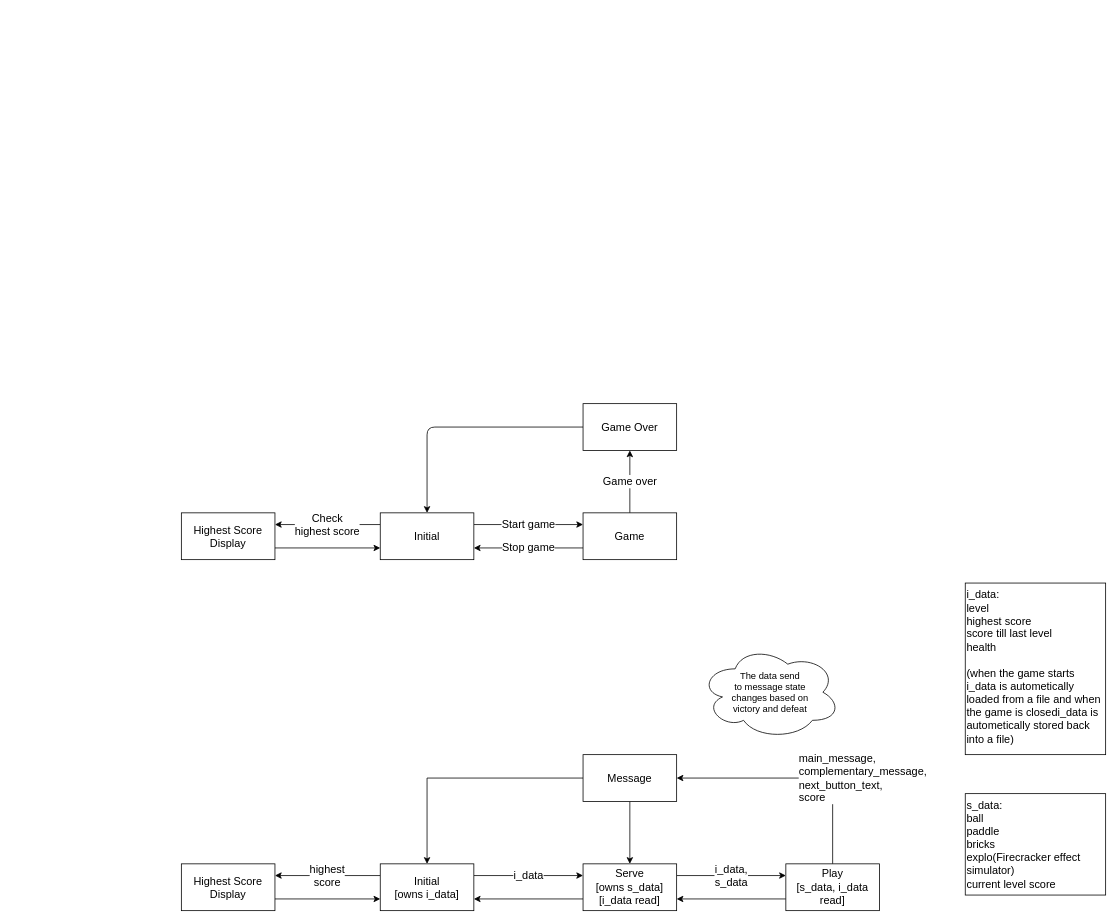
Earlier version of the draw.io diagram doc/statemachine.drawio (Tushar625/Asteroids). Source tidied: cells renumbered, new cells numbered last; positions are measured from the earlier drawing's top-left corner, leaving out a move shared by most shapes. Both pictures are drawn from the tidied source at 78%, with x=0, y=0 at pixel (181, 403).
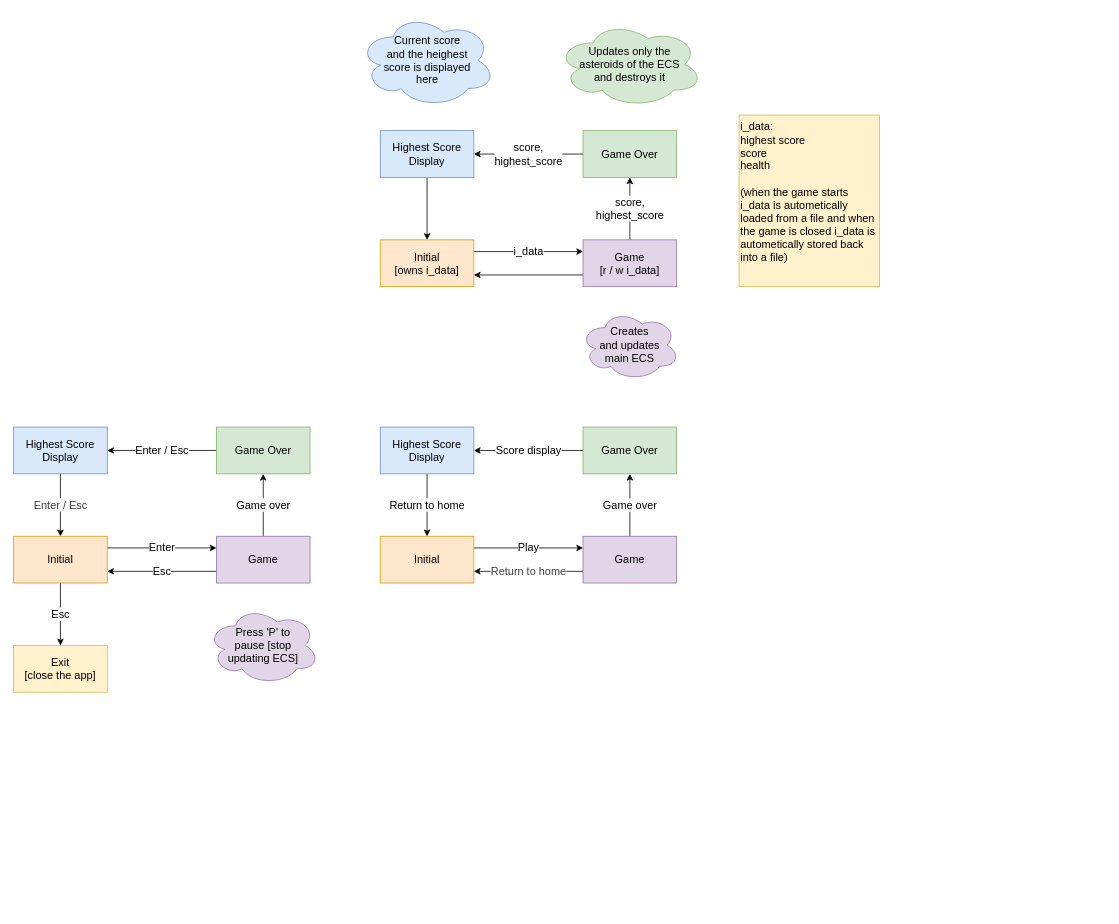
The same diagram, later.

Commit message (it also covers changes not shown here):
state machine diagram updated

Change to the diagram source:
```diff
@@
-<mxGraphModel>
+<mxGraphModel background="#ffffff">
@@
-    <mxCell id="2" value="Start game" style="edgeStyle=none;html=1;exitX=1;exitY=0.25;exitDx=0;exitDy=0;entryX=0;entryY=0.25;entryDx=0;entryDy=0;fontSize=14;rounded=0;" parent="1" edge="1" source="4" target="7">
+    <mxCell id="2" value="Play" style="edgeStyle=none;html=1;exitX=1;exitY=0.25;exitDx=0;exitDy=0;entryX=0;entryY=0.25;entryDx=0;entryDy=0;fontSize=14;rounded=0;" parent="1" edge="1" source="4" target="7">
       <mxGeometry relative="1" as="geometry" />
     </mxCell>
-    <mxCell id="3" value="Check&lt;br&gt;highest score" style="edgeStyle=none;html=1;exitX=0;exitY=0.25;exitDx=0;exitDy=0;entryX=1;entryY=0.25;entryDx=0;entryDy=0;fontSize=14;rounded=0;" parent="1" edge="1" source="4" target="11">
-      <mxGeometry relative="1" as="geometry" />
-    </mxCell>
-    <mxCell id="4" value="&lt;font style=&quot;font-size: 14px;&quot;&gt;Initial&lt;/font&gt;" style="whiteSpace=wrap;html=1;rounded=0;" parent="1" vertex="1">
-      <mxGeometry x="255" y="140" width="120" height="60" as="geometry" />
+    <mxCell id="4" value="&lt;font style=&quot;font-size: 14px;&quot;&gt;Initial&lt;/font&gt;" style="whiteSpace=wrap;html=1;rounded=0;fillColor=#ffe6cc;strokeColor=#d79b00;" parent="1" vertex="1">
+      <mxGeometry x="255" y="170" width="120" height="60" as="geometry" />
     </mxCell>
-    <mxCell id="5" value="Game over" style="edgeStyle=none;html=1;exitX=0.5;exitY=0;exitDx=0;exitDy=0;entryX=0.5;entryY=1;entryDx=0;entryDy=0;fontSize=14;rounded=0;" parent="1" edge="1" source="7" target="9">
+    <mxCell id="5" value="Game over" style="edgeStyle=none;html=1;exitX=0.5;exitY=0;exitDx=0;exitDy=0;fontSize=14;rounded=0;" parent="1" edge="1" source="7" target="9">
       <mxGeometry relative="1" as="geometry" />
     </mxCell>
-    <mxCell id="6" value="Stop game" style="edgeStyle=none;html=1;exitX=0;exitY=0.75;exitDx=0;exitDy=0;entryX=1;entryY=0.75;entryDx=0;entryDy=0;fontSize=14;rounded=0;" parent="1" edge="1" source="7" target="4">
+    <mxCell id="6" value="&lt;span style=&quot;color: rgb(63, 63, 63);&quot;&gt;Return to home&lt;/span&gt;" style="edgeStyle=none;html=1;exitX=0;exitY=0.75;exitDx=0;exitDy=0;entryX=1;entryY=0.75;entryDx=0;entryDy=0;fontSize=14;rounded=0;" parent="1" edge="1" source="7" target="4">
       <mxGeometry relative="1" as="geometry" />
     </mxCell>
-    <mxCell id="7" value="Game" style="whiteSpace=wrap;html=1;fontSize=14;rounded=0;" parent="1" vertex="1">
-      <mxGeometry x="515" y="140" width="120" height="60" as="geometry" />
+    <mxCell id="7" value="Game" style="whiteSpace=wrap;html=1;fontSize=14;rounded=0;fillColor=#e1d5e7;strokeColor=#9673a6;" parent="1" vertex="1">
+      <mxGeometry x="515" y="170" width="120" height="60" as="geometry" />
     </mxCell>
-    <mxCell id="8" style="edgeStyle=none;html=1;exitX=0;exitY=0.5;exitDx=0;exitDy=0;entryX=0.5;entryY=0;entryDx=0;entryDy=0;" parent="1" edge="1" source="9" target="4">
-      <mxGeometry relative="1" as="geometry">
-        <Array as="points">
-          <mxPoint x="315" y="30" />
-        </Array>
-      </mxGeometry>
-    </mxCell>
+    <mxCell id="29" value="&lt;font style=&quot;font-size: 14px;&quot;&gt;Score display&lt;/font&gt;" style="edgeStyle=none;html=1;exitX=0;exitY=0.5;exitDx=0;exitDy=0;entryX=1;entryY=0.5;entryDx=0;entryDy=0;" parent="1" edge="1" source="9" target="11">
+      <mxGeometry relative="1" as="geometry" />
+    </mxCell>
-    <mxCell id="9" value="Game Over" style="whiteSpace=wrap;html=1;fontSize=14;rounded=0;" parent="1" vertex="1">
-      <mxGeometry x="515" width="120" height="60" as="geometry" />
+    <mxCell id="9" value="Game Over" style="whiteSpace=wrap;html=1;fontSize=14;rounded=0;fillColor=#d5e8d4;strokeColor=#82b366;" parent="1" vertex="1">
+      <mxGeometry x="515" y="30" width="120" height="60" as="geometry" />
     </mxCell>
-    <mxCell id="10" style="edgeStyle=none;html=1;exitX=1;exitY=0.75;exitDx=0;exitDy=0;entryX=0;entryY=0.75;entryDx=0;entryDy=0;fontSize=14;rounded=0;" parent="1" edge="1" source="11" target="4">
+    <mxCell id="10" value="&lt;font style=&quot;font-size: 14px; background-color: light-dark(#ffffff, var(--ge-dark-color, #121212));&quot;&gt;Return to home&lt;/font&gt;" style="edgeStyle=none;html=1;exitX=0.5;exitY=1;exitDx=0;exitDy=0;entryX=0.5;entryY=0;entryDx=0;entryDy=0;" parent="1" edge="1" source="11" target="4">
       <mxGeometry relative="1" as="geometry" />
     </mxCell>
-    <mxCell id="11" value="Highest Score Display" style="whiteSpace=wrap;html=1;fontSize=14;rounded=0;" parent="1" vertex="1">
-      <mxGeometry y="140" width="120" height="60" as="geometry" />
+    <mxCell id="11" value="Highest Score Display" style="whiteSpace=wrap;html=1;fontSize=14;rounded=0;fillColor=#dae8fc;strokeColor=#6c8ebf;" parent="1" vertex="1">
+      <mxGeometry x="255" y="30" width="120" height="60" as="geometry" />
     </mxCell>
+    <mxCell id="26" value="i_data:&lt;br&gt;highest score&lt;br&gt;score&lt;br&gt;health&lt;br&gt;&lt;br&gt;(when the game starts i_data is autometically loaded from a file and when the game is closed i_data is autometically stored back into a file)" style="text;strokeColor=#d6b656;align=left;fillColor=#fff2cc;html=1;verticalAlign=top;whiteSpace=wrap;rounded=0;fontSize=14;" parent="1" vertex="1">
+      <mxGeometry x="715" y="-370" width="180" height="220" as="geometry" />
+    </mxCell>
+    <mxCell id="28" value="&lt;font style=&quot;font-size: 14px;&quot;&gt;Current score&lt;/font&gt;&lt;div&gt;&lt;span style=&quot;font-size: 14px; background-color: transparent;&quot;&gt;and the&amp;nbsp;&lt;/span&gt;&lt;span style=&quot;background-color: transparent; font-size: 14px;&quot;&gt;heighest&lt;/span&gt;&lt;/div&gt;&lt;div&gt;&lt;span style=&quot;background-color: transparent; font-size: 14px;&quot;&gt;score is&amp;nbsp;&lt;/span&gt;&lt;span style=&quot;background-color: transparent; font-size: 14px;&quot;&gt;displayed&lt;/span&gt;&lt;/div&gt;&lt;div&gt;&lt;span style=&quot;background-color: transparent; font-size: 14px;&quot;&gt;here&lt;/span&gt;&lt;/div&gt;" style="ellipse;shape=cloud;whiteSpace=wrap;html=1;align=center;strokeColor=#6c8ebf;fillColor=#dae8fc;" parent="1" vertex="1">
+      <mxGeometry x="227.5" y="-500" width="175" height="120" as="geometry" />
+    </mxCell>
-    <mxCell id="12" value="i_data" style="edgeStyle=none;html=1;exitX=1;exitY=0.25;exitDx=0;exitDy=0;entryX=0;entryY=0.25;entryDx=0;entryDy=0;fontSize=14;rounded=0;" parent="1" edge="1" source="14" target="17">
+    <mxCell id="12" value="i_data" style="edgeStyle=none;html=1;exitX=1;exitY=0.25;exitDx=0;exitDy=0;entryX=0;entryY=0.25;entryDx=0;entryDy=0;fontSize=14;rounded=0;" parent="1" edge="1" source="14" target="32">
       <mxGeometry relative="1" as="geometry" />
     </mxCell>
-    <mxCell id="13" value="highest&lt;br&gt;score" style="edgeStyle=none;html=1;exitX=0;exitY=0.25;exitDx=0;exitDy=0;entryX=1;entryY=0.25;entryDx=0;entryDy=0;fontSize=14;rounded=0;" parent="1" edge="1" source="14" target="25">
-      <mxGeometry relative="1" as="geometry" />
-    </mxCell>
-    <mxCell id="14" value="&lt;font style=&quot;font-size: 14px;&quot;&gt;Initial&lt;br&gt;[owns i_data]&lt;br&gt;&lt;/font&gt;" style="whiteSpace=wrap;html=1;rounded=0;" parent="1" vertex="1">
-      <mxGeometry x="255" y="590" width="120" height="60" as="geometry" />
+    <mxCell id="14" value="&lt;font style=&quot;font-size: 14px;&quot;&gt;Initial&lt;/font&gt;&lt;div&gt;&lt;font style=&quot;font-size: 14px;&quot;&gt;[owns i_data]&lt;/font&gt;&lt;/div&gt;" style="whiteSpace=wrap;html=1;rounded=0;fillColor=#ffe6cc;strokeColor=#d79b00;" parent="1" vertex="1">
+      <mxGeometry x="255" y="-210" width="120" height="60" as="geometry" />
     </mxCell>
-    <mxCell id="15" value="i_data,&lt;br&gt;s_data" style="edgeStyle=none;html=1;exitX=1;exitY=0.25;exitDx=0;exitDy=0;entryX=0;entryY=0.25;entryDx=0;entryDy=0;fontSize=14;rounded=0;" parent="1" edge="1">
-      <mxGeometry relative="1" as="geometry">
-        <mxPoint x="635" y="605" as="sourcePoint" />
-        <mxPoint x="775" y="605" as="targetPoint" />
-      </mxGeometry>
-    </mxCell>
-    <mxCell id="16" style="edgeStyle=none;html=1;exitX=0;exitY=0.75;exitDx=0;exitDy=0;entryX=1;entryY=0.75;entryDx=0;entryDy=0;fontSize=14;rounded=0;" parent="1" edge="1" source="17" target="14">
-      <mxGeometry relative="1" as="geometry" />
-    </mxCell>
-    <mxCell id="17" value="Serve&lt;br&gt;[owns s_data]&lt;br&gt;[i_data read]" style="whiteSpace=wrap;html=1;fontSize=14;rounded=0;" parent="1" vertex="1">
-      <mxGeometry x="515" y="590" width="120" height="60" as="geometry" />
-    </mxCell>
-    <mxCell id="18" style="edgeStyle=none;html=1;exitX=0;exitY=0.75;exitDx=0;exitDy=0;entryX=1;entryY=0.75;entryDx=0;entryDy=0;fontSize=14;rounded=0;" parent="1" edge="1" source="20" target="17">
-      <mxGeometry relative="1" as="geometry" />
-    </mxCell>
-    <mxCell id="19" value="main_message,&lt;br&gt;complementary_message,&lt;br&gt;next_button_text,&lt;br&gt;score" style="edgeStyle=none;html=1;exitX=0.5;exitY=0;exitDx=0;exitDy=0;entryX=1;entryY=0.5;entryDx=0;entryDy=0;fontSize=14;rounded=0;align=left;" parent="1" edge="1" source="20" target="23">
-      <mxGeometry relative="1" as="geometry">
-        <Array as="points">
-          <mxPoint x="835" y="480" />
-        </Array>
-      </mxGeometry>
-    </mxCell>
-    <mxCell id="20" value="Play&lt;br&gt;[s_data, i_data read]" style="whiteSpace=wrap;html=1;fontSize=14;rounded=0;" parent="1" vertex="1">
-      <mxGeometry x="775" y="590" width="120" height="60" as="geometry" />
-    </mxCell>
-    <mxCell id="21" style="edgeStyle=none;html=1;exitX=0.5;exitY=1;exitDx=0;exitDy=0;entryX=0.5;entryY=0;entryDx=0;entryDy=0;fontSize=14;rounded=0;" parent="1" edge="1" source="23" target="17">
-      <mxGeometry relative="1" as="geometry" />
-    </mxCell>
-    <mxCell id="22" style="edgeStyle=none;html=1;exitX=0;exitY=0.5;exitDx=0;exitDy=0;entryX=0.5;entryY=0;entryDx=0;entryDy=0;fontSize=14;rounded=0;" parent="1" edge="1" source="23" target="14">
-      <mxGeometry relative="1" as="geometry">
-        <Array as="points">
-          <mxPoint x="315" y="480" />
-        </Array>
-      </mxGeometry>
-    </mxCell>
-    <mxCell id="23" value="Message" style="whiteSpace=wrap;html=1;fontSize=14;rounded=0;" parent="1" vertex="1">
-      <mxGeometry x="515" y="450" width="120" height="60" as="geometry" />
-    </mxCell>
-    <mxCell id="24" style="edgeStyle=none;html=1;exitX=1;exitY=0.75;exitDx=0;exitDy=0;entryX=0;entryY=0.75;entryDx=0;entryDy=0;fontSize=14;rounded=0;" parent="1" edge="1" source="25" target="14">
-      <mxGeometry relative="1" as="geometry" />
-    </mxCell>
-    <mxCell id="25" value="Highest&amp;nbsp;Score Display" style="whiteSpace=wrap;html=1;fontSize=14;rounded=0;" parent="1" vertex="1">
-      <mxGeometry y="590" width="120" height="60" as="geometry" />
-    </mxCell>
-    <mxCell id="26" value="i_data:&lt;br&gt;level&lt;br&gt;highest score&lt;br&gt;score till last level&lt;br&gt;health&lt;br&gt;&lt;br&gt;(when the game starts i_data is autometically loaded from a file and when the game is closedi_data is autometically stored back into a file)" style="text;strokeColor=default;align=left;fillColor=none;html=1;verticalAlign=top;whiteSpace=wrap;rounded=0;fontSize=14;" parent="1" vertex="1">
-      <mxGeometry x="1005" y="230" width="180" height="220" as="geometry" />
-    </mxCell>
-    <mxCell id="27" value="s_data:&lt;br&gt;ball&lt;br&gt;paddle&lt;br&gt;bricks&lt;br&gt;explo(Firecracker effect simulator)&lt;br&gt;current level score" style="text;strokeColor=default;align=left;fillColor=none;html=1;verticalAlign=top;whiteSpace=wrap;rounded=0;fontSize=14;" parent="1" vertex="1">
-      <mxGeometry x="1005" y="500" width="180" height="130" as="geometry" />
-    </mxCell>
-    <mxCell id="28" value="The data send&lt;br&gt;to message state&lt;br&gt;changes based on&lt;br&gt;victory and defeat" style="ellipse;shape=cloud;whiteSpace=wrap;html=1;align=center;strokeColor=default;" parent="1" vertex="1">
-      <mxGeometry x="665" y="310" width="180" height="120" as="geometry" />
-    </mxCell>
+    <mxCell id="30" value="score,&lt;div&gt;highest_score&lt;/div&gt;" style="edgeStyle=none;html=1;exitX=0.5;exitY=0;exitDx=0;exitDy=0;entryX=0.5;entryY=1;entryDx=0;entryDy=0;fontSize=14;rounded=0;" parent="1" edge="1" source="32" target="34">
+      <mxGeometry relative="1" as="geometry" />
+    </mxCell>
+    <mxCell id="31" style="edgeStyle=none;html=1;exitX=0;exitY=0.75;exitDx=0;exitDy=0;entryX=1;entryY=0.75;entryDx=0;entryDy=0;fontSize=14;rounded=0;" parent="1" edge="1" source="32" target="14">
+      <mxGeometry relative="1" as="geometry" />
+    </mxCell>
+    <mxCell id="32" value="Game&lt;div&gt;[r / w i_data]&lt;/div&gt;" style="whiteSpace=wrap;html=1;fontSize=14;rounded=0;fillColor=#e1d5e7;strokeColor=#9673a6;" parent="1" vertex="1">
+      <mxGeometry x="515" y="-210" width="120" height="60" as="geometry" />
+    </mxCell>
+    <mxCell id="33" value="&lt;span style=&quot;color: rgb(0, 0, 0); font-size: 14px;&quot;&gt;score,&lt;/span&gt;&lt;div style=&quot;font-size: 14px;&quot;&gt;highest_score&lt;/div&gt;" style="edgeStyle=none;html=1;exitX=0;exitY=0.5;exitDx=0;exitDy=0;entryX=1;entryY=0.5;entryDx=0;entryDy=0;" parent="1" edge="1" source="34" target="36">
+      <mxGeometry relative="1" as="geometry" />
+    </mxCell>
+    <mxCell id="34" value="Game Over" style="whiteSpace=wrap;html=1;fontSize=14;rounded=0;fillColor=#d5e8d4;strokeColor=#82b366;" parent="1" vertex="1">
+      <mxGeometry x="515" y="-350" width="120" height="60" as="geometry" />
+    </mxCell>
+    <mxCell id="35" style="edgeStyle=none;html=1;exitX=0.5;exitY=1;exitDx=0;exitDy=0;entryX=0.5;entryY=0;entryDx=0;entryDy=0;" parent="1" edge="1" source="36" target="14">
+      <mxGeometry relative="1" as="geometry" />
+    </mxCell>
+    <mxCell id="36" value="Highest Score Display" style="whiteSpace=wrap;html=1;fontSize=14;rounded=0;fillColor=#dae8fc;strokeColor=#6c8ebf;" parent="1" vertex="1">
+      <mxGeometry x="255" y="-350" width="120" height="60" as="geometry" />
+    </mxCell>
+    <mxCell id="37" value="&lt;span style=&quot;font-size: 14px;&quot;&gt;Creates&lt;/span&gt;&lt;div&gt;&lt;span style=&quot;font-size: 14px;&quot;&gt;and&amp;nbsp;&lt;/span&gt;&lt;span style=&quot;font-size: 14px; background-color: transparent;&quot;&gt;updates&lt;/span&gt;&lt;/div&gt;&lt;div&gt;&lt;span style=&quot;font-size: 14px; background-color: transparent;&quot;&gt;main&amp;nbsp;&lt;/span&gt;&lt;span style=&quot;font-size: 14px; background-color: transparent;&quot;&gt;ECS&lt;/span&gt;&lt;/div&gt;" style="ellipse;shape=cloud;whiteSpace=wrap;html=1;align=center;strokeColor=#9673a6;fillColor=#e1d5e7;" parent="1" vertex="1">
+      <mxGeometry x="511.2" y="-120" width="127.5" height="90" as="geometry" />
+    </mxCell>
+    <mxCell id="38" value="&lt;span style=&quot;font-size: 14px;&quot;&gt;Updates only&amp;nbsp;&lt;/span&gt;&lt;span style=&quot;background-color: transparent; font-size: 14px;&quot;&gt;the&lt;/span&gt;&lt;div&gt;&lt;span style=&quot;background-color: transparent; font-size: 14px;&quot;&gt;asteroids of&amp;nbsp;&lt;/span&gt;&lt;span style=&quot;background-color: transparent; font-size: 14px;&quot;&gt;the&amp;nbsp;&lt;/span&gt;&lt;span style=&quot;background-color: transparent; font-size: 14px;&quot;&gt;ECS&lt;/span&gt;&lt;/div&gt;&lt;div&gt;&lt;span style=&quot;background-color: transparent; font-size: 14px;&quot;&gt;and&amp;nbsp;&lt;/span&gt;&lt;span style=&quot;background-color: transparent; font-size: 14px;&quot;&gt;destroys it&lt;/span&gt;&lt;/div&gt;" style="ellipse;shape=cloud;whiteSpace=wrap;html=1;align=center;strokeColor=#82b366;fillColor=#d5e8d4;" parent="1" vertex="1">
+      <mxGeometry x="481.2" y="-490" width="187.5" height="110" as="geometry" />
+    </mxCell>
+    <mxCell id="39" value="Enter" style="edgeStyle=none;html=1;exitX=1;exitY=0.25;exitDx=0;exitDy=0;entryX=0;entryY=0.25;entryDx=0;entryDy=0;fontSize=14;rounded=0;" parent="1" edge="1" source="41" target="44">
+      <mxGeometry relative="1" as="geometry" />
+    </mxCell>
+    <mxCell id="40" value="&lt;font style=&quot;font-size: 14px;&quot;&gt;Esc&lt;/font&gt;" style="edgeStyle=none;html=1;exitX=0.5;exitY=1;exitDx=0;exitDy=0;entryX=0.5;entryY=0;entryDx=0;entryDy=0;" parent="1" edge="1" source="41" target="49">
+      <mxGeometry relative="1" as="geometry" />
+    </mxCell>
+    <mxCell id="41" value="&lt;font style=&quot;font-size: 14px;&quot;&gt;Initial&lt;/font&gt;" style="whiteSpace=wrap;html=1;rounded=0;fillColor=#ffe6cc;strokeColor=#d79b00;" parent="1" vertex="1">
+      <mxGeometry x="-215" y="170" width="120" height="60" as="geometry" />
+    </mxCell>
+    <mxCell id="42" value="Game over" style="edgeStyle=none;html=1;exitX=0.5;exitY=0;exitDx=0;exitDy=0;fontSize=14;rounded=0;" parent="1" edge="1" source="44" target="46">
+      <mxGeometry relative="1" as="geometry" />
+    </mxCell>
+    <mxCell id="43" value="Esc" style="edgeStyle=none;html=1;exitX=0;exitY=0.75;exitDx=0;exitDy=0;entryX=1;entryY=0.75;entryDx=0;entryDy=0;fontSize=14;rounded=0;" parent="1" edge="1" source="44" target="41">
+      <mxGeometry relative="1" as="geometry" />
+    </mxCell>
+    <mxCell id="44" value="Game" style="whiteSpace=wrap;html=1;fontSize=14;rounded=0;fillColor=#e1d5e7;strokeColor=#9673a6;" parent="1" vertex="1">
+      <mxGeometry x="45" y="170" width="120" height="60" as="geometry" />
+    </mxCell>
+    <mxCell id="45" value="&lt;font style=&quot;font-size: 14px;&quot;&gt;Enter / Esc&lt;/font&gt;" style="edgeStyle=none;html=1;exitX=0;exitY=0.5;exitDx=0;exitDy=0;entryX=1;entryY=0.5;entryDx=0;entryDy=0;" parent="1" edge="1" source="46" target="48">
+      <mxGeometry relative="1" as="geometry" />
+    </mxCell>
+    <mxCell id="46" value="Game Over" style="whiteSpace=wrap;html=1;fontSize=14;rounded=0;fillColor=#d5e8d4;strokeColor=#82b366;" parent="1" vertex="1">
+      <mxGeometry x="45" y="30" width="120" height="60" as="geometry" />
+    </mxCell>
+    <mxCell id="47" value="&lt;span style=&quot;color: rgb(63, 63, 63); font-size: 14px;&quot;&gt;Enter / Esc&lt;/span&gt;" style="edgeStyle=none;html=1;exitX=0.5;exitY=1;exitDx=0;exitDy=0;entryX=0.5;entryY=0;entryDx=0;entryDy=0;" parent="1" edge="1" source="48" target="41">
+      <mxGeometry relative="1" as="geometry" />
+    </mxCell>
+    <mxCell id="48" value="Highest Score Display" style="whiteSpace=wrap;html=1;fontSize=14;rounded=0;fillColor=#dae8fc;strokeColor=#6c8ebf;" parent="1" vertex="1">
+      <mxGeometry x="-215" y="30" width="120" height="60" as="geometry" />
+    </mxCell>
+    <mxCell id="49" value="&lt;font style=&quot;font-size: 14px;&quot;&gt;Exit&lt;/font&gt;&lt;div&gt;&lt;font style=&quot;font-size: 14px;&quot;&gt;[close the app]&lt;/font&gt;&lt;/div&gt;" style="whiteSpace=wrap;html=1;rounded=0;fillColor=#fff2cc;strokeColor=#d6b656;" parent="1" vertex="1">
+      <mxGeometry x="-215" y="310" width="120" height="60" as="geometry" />
+    </mxCell>
+    <mxCell id="50" value="&lt;span style=&quot;font-size: 14px;&quot;&gt;Press 'P' to&lt;/span&gt;&lt;div&gt;&lt;span style=&quot;font-size: 14px;&quot;&gt;pause [stop&lt;/span&gt;&lt;/div&gt;&lt;div&gt;&lt;span style=&quot;font-size: 14px;&quot;&gt;updating ECS]&lt;/span&gt;&lt;/div&gt;" style="ellipse;shape=cloud;whiteSpace=wrap;html=1;align=center;strokeColor=#9673a6;fillColor=#e1d5e7;" parent="1" vertex="1">
+      <mxGeometry x="33.1" y="260" width="143.8" height="100" as="geometry" />
+    </mxCell>
```
